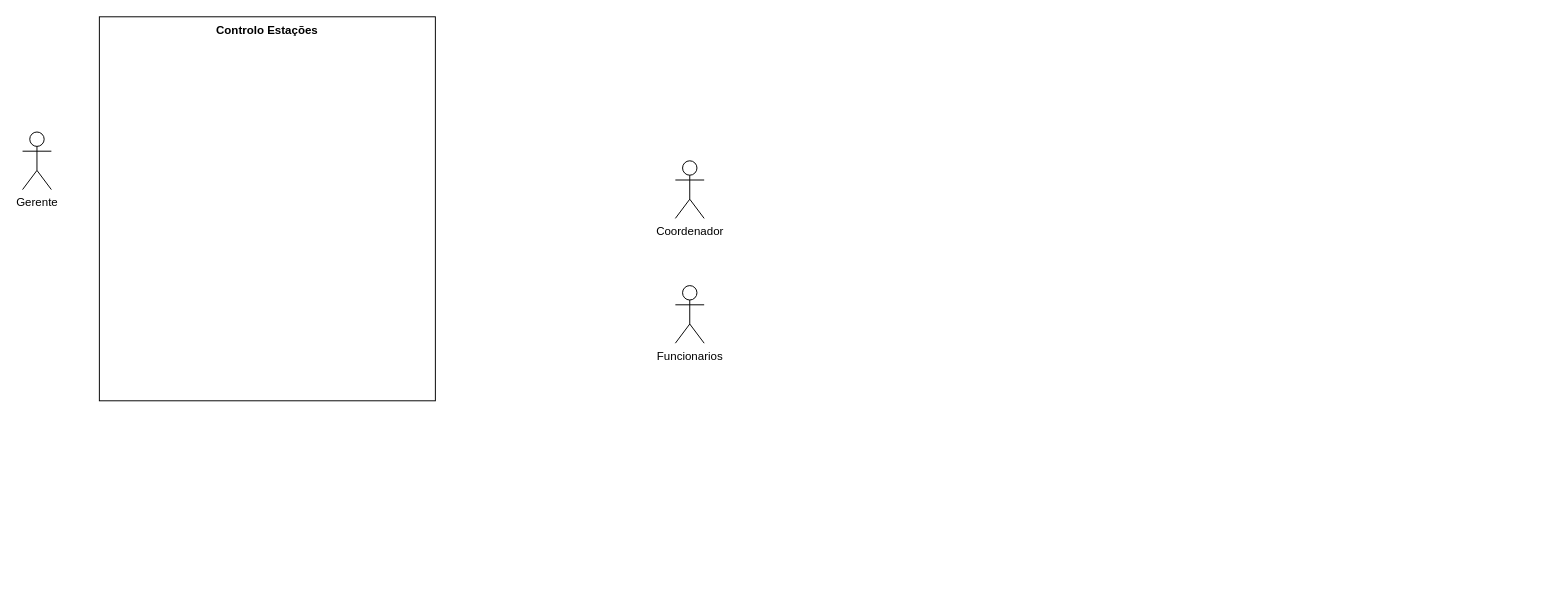
Above: page "Página-3" (3 of 3) of Diagrama sem nome.drawio in marceloassis003/Projetos_PWBI (draw.io), before the change. Source tidied: cells renumbered, new cells numbered last; positions are measured from the earlier drawing's top-left corner, leaving out a move shared by most shapes. Both pictures are drawn from the tidied source at 96%, with x=0, y=0 at pixel (22, 16).
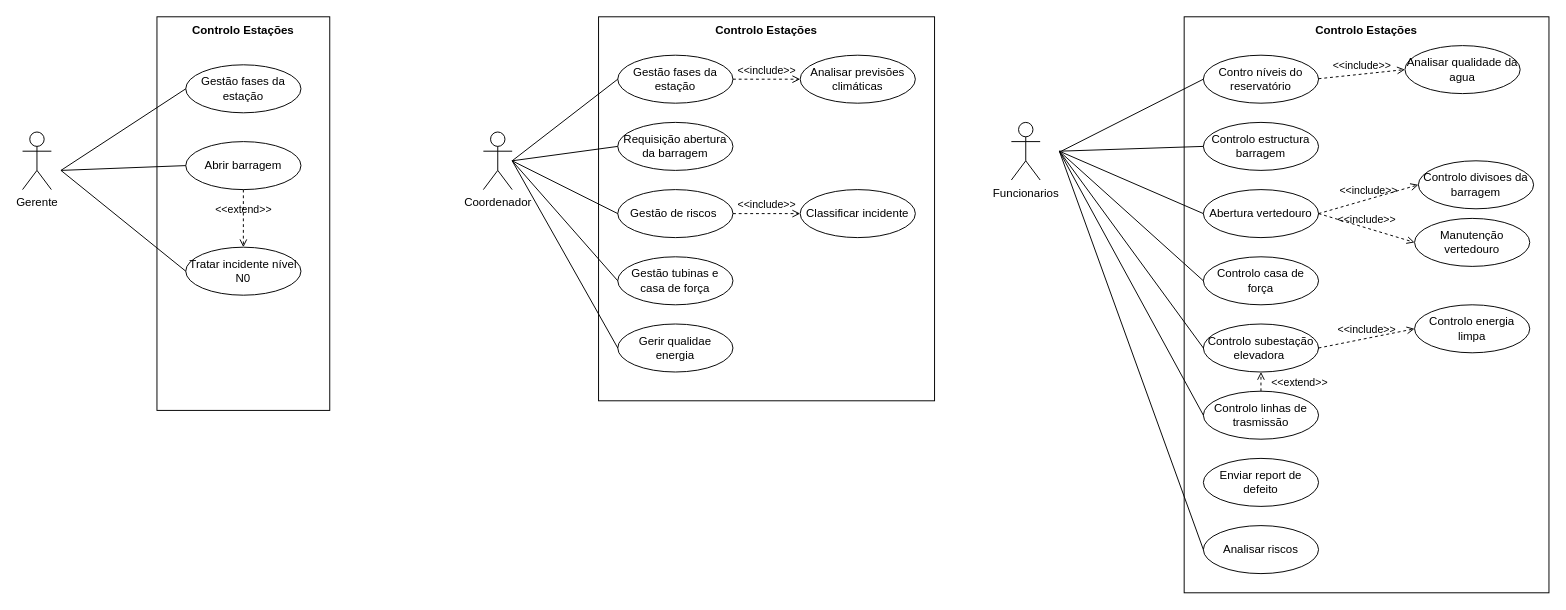
The same diagram, later.

The edit, as a diff of the source:
```diff
@@
     <mxCell id="2" value="Funcionarios" style="shape=umlActor;verticalLabelPosition=bottom;verticalAlign=top;html=1;" parent="1" vertex="1">
-      <mxGeometry x="680" y="280" width="30" height="60" as="geometry" />
+      <mxGeometry x="1030" y="110" width="30" height="60" as="geometry" />
     </mxCell>
     <mxCell id="3" value="Coordenador" style="shape=umlActor;verticalLabelPosition=bottom;verticalAlign=top;html=1;" parent="1" vertex="1">
-      <mxGeometry x="680" y="150" width="30" height="60" as="geometry" />
+      <mxGeometry x="480" y="120" width="30" height="60" as="geometry" />
     </mxCell>
@@
     <mxCell id="5" value="&lt;span&gt;Controlo Estações&lt;/span&gt;" style="rounded=0;whiteSpace=wrap;html=1;strokeColor=default;align=center;verticalAlign=top;fontFamily=Helvetica;fontSize=12;fontColor=default;fillColor=default;fontStyle=1;" parent="1" vertex="1">
-      <mxGeometry x="80" width="350" height="400" as="geometry" />
+      <mxGeometry x="140" width="180" height="410" as="geometry" />
     </mxCell>
+    <mxCell id="6" value="&lt;span&gt;Controlo Estações&lt;/span&gt;" style="rounded=0;whiteSpace=wrap;html=1;strokeColor=default;align=center;verticalAlign=top;fontFamily=Helvetica;fontSize=12;fontColor=default;fillColor=default;fontStyle=1;" parent="1" vertex="1">
+      <mxGeometry x="600" width="350" height="400" as="geometry" />
+    </mxCell>
+    <mxCell id="7" value="&lt;span&gt;Controlo Estações&lt;/span&gt;" style="rounded=0;whiteSpace=wrap;html=1;strokeColor=default;align=center;verticalAlign=top;fontFamily=Helvetica;fontSize=12;fontColor=default;fillColor=default;fontStyle=1;" parent="1" vertex="1">
+      <mxGeometry x="1210" width="380" height="600" as="geometry" />
+    </mxCell>
+    <mxCell id="8" value="Contro níveis do reservatório" style="ellipse;whiteSpace=wrap;html=1;" parent="1" vertex="1">
+      <mxGeometry x="1230" y="40" width="120" height="50" as="geometry" />
+    </mxCell>
+    <mxCell id="9" value="Controlo estructura barragem" style="ellipse;whiteSpace=wrap;html=1;" parent="1" vertex="1">
+      <mxGeometry x="1230" y="110" width="120" height="50" as="geometry" />
+    </mxCell>
+    <mxCell id="10" value="Abertura vertedouro" style="ellipse;whiteSpace=wrap;html=1;" parent="1" vertex="1">
+      <mxGeometry x="1230" y="180" width="120" height="50" as="geometry" />
+    </mxCell>
+    <mxCell id="11" value="Controlo casa de força" style="ellipse;whiteSpace=wrap;html=1;" parent="1" vertex="1">
+      <mxGeometry x="1230" y="250" width="120" height="50" as="geometry" />
+    </mxCell>
+    <mxCell id="12" value="Controlo subestação elevadora&amp;nbsp;" style="ellipse;whiteSpace=wrap;html=1;" parent="1" vertex="1">
+      <mxGeometry x="1230" y="320" width="120" height="50" as="geometry" />
+    </mxCell>
+    <mxCell id="13" value="Controlo linhas de trasmissão" style="ellipse;whiteSpace=wrap;html=1;" parent="1" vertex="1">
+      <mxGeometry x="1230" y="390" width="120" height="50" as="geometry" />
+    </mxCell>
+    <mxCell id="14" value="Enviar report de defeito" style="ellipse;whiteSpace=wrap;html=1;" parent="1" vertex="1">
+      <mxGeometry x="1230" y="460" width="120" height="50" as="geometry" />
+    </mxCell>
+    <mxCell id="15" value="Controlo energia limpa" style="ellipse;whiteSpace=wrap;html=1;" parent="1" vertex="1">
+      <mxGeometry x="1450" y="300" width="120" height="50" as="geometry" />
+    </mxCell>
+    <mxCell id="16" value="&amp;lt;&amp;lt;include&amp;gt;&amp;gt;" style="html=1;verticalAlign=bottom;labelBackgroundColor=none;endArrow=open;endFill=0;dashed=1;rounded=0;exitX=1;exitY=0.5;exitDx=0;exitDy=0;entryX=0;entryY=0.5;entryDx=0;entryDy=0;" parent="1" edge="1" source="12" target="15">
+      <mxGeometry relative="1" as="geometry" />
+    </mxCell>
+    <mxCell id="17" value="Analisar qualidade da agua" style="ellipse;whiteSpace=wrap;html=1;" parent="1" vertex="1">
+      <mxGeometry x="1440" y="30" width="120" height="50" as="geometry" />
+    </mxCell>
+    <mxCell id="18" value="&amp;lt;&amp;lt;include&amp;gt;&amp;gt;" style="html=1;verticalAlign=bottom;labelBackgroundColor=none;endArrow=open;endFill=0;dashed=1;rounded=0;entryX=0;entryY=0.5;entryDx=0;entryDy=0;" parent="1" edge="1" target="17">
+      <mxGeometry relative="1" as="geometry">
+        <mxPoint x="1350" y="64.5" as="sourcePoint" />
+      </mxGeometry>
+    </mxCell>
+    <mxCell id="19" value="Controlo divisoes da barragem" style="ellipse;whiteSpace=wrap;html=1;" parent="1" vertex="1">
+      <mxGeometry x="1454" y="150" width="120" height="50" as="geometry" />
+    </mxCell>
+    <mxCell id="20" value="&amp;lt;&amp;lt;include&amp;gt;&amp;gt;" style="html=1;verticalAlign=bottom;labelBackgroundColor=none;endArrow=open;endFill=0;dashed=1;rounded=0;exitX=1;exitY=0.5;exitDx=0;exitDy=0;entryX=0;entryY=0.5;entryDx=0;entryDy=0;" parent="1" edge="1" source="10" target="19">
+      <mxGeometry relative="1" as="geometry" />
+    </mxCell>
+    <mxCell id="21" value="Manutenção vertedouro" style="ellipse;whiteSpace=wrap;html=1;" parent="1" vertex="1">
+      <mxGeometry x="1450" y="210" width="120" height="50" as="geometry" />
+    </mxCell>
+    <mxCell id="22" value="&amp;lt;&amp;lt;include&amp;gt;&amp;gt;" style="html=1;verticalAlign=bottom;labelBackgroundColor=none;endArrow=open;endFill=0;dashed=1;rounded=0;exitX=1;exitY=0.5;exitDx=0;exitDy=0;entryX=0;entryY=0.5;entryDx=0;entryDy=0;" parent="1" edge="1" source="10" target="21">
+      <mxGeometry relative="1" as="geometry" />
+    </mxCell>
+    <mxCell id="23" value="&amp;lt;&amp;lt;extend&amp;gt;&amp;gt;" style="html=1;verticalAlign=bottom;labelBackgroundColor=none;endArrow=open;endFill=0;dashed=1;rounded=0;exitX=0.5;exitY=0;exitDx=0;exitDy=0;" parent="1" edge="1" source="13" target="12">
+      <mxGeometry x="-1" y="-40" relative="1" as="geometry" />
+    </mxCell>
+    <mxCell id="24" value="Analisar riscos" style="ellipse;whiteSpace=wrap;html=1;" parent="1" vertex="1">
+      <mxGeometry x="1230" y="530" width="120" height="50" as="geometry" />
+    </mxCell>
+    <mxCell id="25" style="endArrow=none;html=1;rounded=0;entryX=0;entryY=0.5;entryDx=0;entryDy=0;" parent="1" edge="1" target="8">
+      <mxGeometry relative="1" as="geometry">
+        <mxPoint x="1082" y="140" as="sourcePoint" />
+      </mxGeometry>
+    </mxCell>
+    <mxCell id="26" style="endArrow=none;html=1;rounded=0;entryX=0;entryY=0.5;entryDx=0;entryDy=0;" parent="1" edge="1" target="11">
+      <mxGeometry relative="1" as="geometry">
+        <mxPoint x="1080" y="140" as="sourcePoint" />
+      </mxGeometry>
+    </mxCell>
+    <mxCell id="27" style="endArrow=none;html=1;rounded=0;entryX=0;entryY=0.5;entryDx=0;entryDy=0;" parent="1" edge="1" target="12">
+      <mxGeometry relative="1" as="geometry">
+        <mxPoint x="1080" y="140" as="sourcePoint" />
+      </mxGeometry>
+    </mxCell>
+    <mxCell id="28" style="endArrow=none;html=1;rounded=0;entryX=0;entryY=0.5;entryDx=0;entryDy=0;" parent="1" edge="1" target="13">
+      <mxGeometry relative="1" as="geometry">
+        <mxPoint x="1080" y="140" as="sourcePoint" />
+      </mxGeometry>
+    </mxCell>
+    <mxCell id="29" style="endArrow=none;html=1;rounded=0;entryX=0;entryY=0.5;entryDx=0;entryDy=0;" parent="1" edge="1" target="24">
+      <mxGeometry relative="1" as="geometry">
+        <mxPoint x="1080" y="140" as="sourcePoint" />
+      </mxGeometry>
+    </mxCell>
+    <mxCell id="30" style="endArrow=none;html=1;rounded=0;entryX=0;entryY=0.5;entryDx=0;entryDy=0;" parent="1" edge="1" target="9">
+      <mxGeometry relative="1" as="geometry">
+        <mxPoint x="1080" y="140" as="sourcePoint" />
+      </mxGeometry>
+    </mxCell>
+    <mxCell id="31" style="endArrow=none;html=1;rounded=0;entryX=0;entryY=0.5;entryDx=0;entryDy=0;" parent="1" edge="1" target="10">
+      <mxGeometry relative="1" as="geometry">
+        <mxPoint x="1080" y="140" as="sourcePoint" />
+      </mxGeometry>
+    </mxCell>
+    <mxCell id="32" value="Gestão fases da estação" style="ellipse;whiteSpace=wrap;html=1;" parent="1" vertex="1">
+      <mxGeometry x="620" y="40" width="120" height="50" as="geometry" />
+    </mxCell>
+    <mxCell id="33" value="Requisição abertura da barragem" style="ellipse;whiteSpace=wrap;html=1;" parent="1" vertex="1">
+      <mxGeometry x="620" y="110" width="120" height="50" as="geometry" />
+    </mxCell>
+    <mxCell id="34" value="Gestão de riscos&amp;nbsp;" style="ellipse;whiteSpace=wrap;html=1;" parent="1" vertex="1">
+      <mxGeometry x="620" y="180" width="120" height="50" as="geometry" />
+    </mxCell>
+    <mxCell id="35" value="Gestão tubinas e casa de força" style="ellipse;whiteSpace=wrap;html=1;" parent="1" vertex="1">
+      <mxGeometry x="620" y="250" width="120" height="50" as="geometry" />
+    </mxCell>
+    <mxCell id="36" value="Gerir qualidae energia" style="ellipse;whiteSpace=wrap;html=1;" parent="1" vertex="1">
+      <mxGeometry x="620" y="320" width="120" height="50" as="geometry" />
+    </mxCell>
+    <mxCell id="37" value="Analisar previsões climáticas" style="ellipse;whiteSpace=wrap;html=1;" parent="1" vertex="1">
+      <mxGeometry x="810" y="40" width="120" height="50" as="geometry" />
+    </mxCell>
+    <mxCell id="38" value="&amp;lt;&amp;lt;include&amp;gt;&amp;gt;" style="html=1;verticalAlign=bottom;labelBackgroundColor=none;endArrow=open;endFill=0;dashed=1;rounded=0;entryX=0;entryY=0.5;entryDx=0;entryDy=0;exitX=1;exitY=0.5;exitDx=0;exitDy=0;" parent="1" edge="1" source="32" target="37">
+      <mxGeometry relative="1" as="geometry" />
+    </mxCell>
+    <mxCell id="39" value="Classificar incidente" style="ellipse;whiteSpace=wrap;html=1;" parent="1" vertex="1">
+      <mxGeometry x="810" y="180" width="120" height="50" as="geometry" />
+    </mxCell>
+    <mxCell id="40" value="&amp;lt;&amp;lt;include&amp;gt;&amp;gt;" style="html=1;verticalAlign=bottom;labelBackgroundColor=none;endArrow=open;endFill=0;dashed=1;rounded=0;entryX=0;entryY=0.5;entryDx=0;entryDy=0;exitX=1;exitY=0.5;exitDx=0;exitDy=0;" parent="1" edge="1" source="34" target="39">
+      <mxGeometry relative="1" as="geometry" />
+    </mxCell>
+    <mxCell id="41" style="endArrow=none;html=1;rounded=0;entryX=0;entryY=0.5;entryDx=0;entryDy=0;" parent="1" edge="1" target="32">
+      <mxGeometry relative="1" as="geometry">
+        <mxPoint x="510" y="150" as="sourcePoint" />
+      </mxGeometry>
+    </mxCell>
+    <mxCell id="42" style="endArrow=none;html=1;rounded=0;entryX=0;entryY=0.5;entryDx=0;entryDy=0;" parent="1" edge="1" target="33">
+      <mxGeometry relative="1" as="geometry">
+        <mxPoint x="510" y="150" as="sourcePoint" />
+      </mxGeometry>
+    </mxCell>
+    <mxCell id="43" style="endArrow=none;html=1;rounded=0;entryX=0;entryY=0.5;entryDx=0;entryDy=0;" parent="1" edge="1" target="34">
+      <mxGeometry relative="1" as="geometry">
+        <mxPoint x="510" y="150" as="sourcePoint" />
+      </mxGeometry>
+    </mxCell>
+    <mxCell id="44" style="endArrow=none;html=1;rounded=0;entryX=0;entryY=0.5;entryDx=0;entryDy=0;" parent="1" edge="1" target="35">
+      <mxGeometry relative="1" as="geometry">
+        <mxPoint x="510" y="150" as="sourcePoint" />
+      </mxGeometry>
+    </mxCell>
+    <mxCell id="45" style="endArrow=none;html=1;rounded=0;entryX=0;entryY=0.5;entryDx=0;entryDy=0;" parent="1" edge="1" target="36">
+      <mxGeometry relative="1" as="geometry">
+        <mxPoint x="510" y="150" as="sourcePoint" />
+      </mxGeometry>
+    </mxCell>
+    <mxCell id="46" value="Gestão fases da estação" style="ellipse;whiteSpace=wrap;html=1;" parent="1" vertex="1">
+      <mxGeometry x="170" y="50" width="120" height="50" as="geometry" />
+    </mxCell>
+    <mxCell id="47" value="Abrir barragem" style="ellipse;whiteSpace=wrap;html=1;" parent="1" vertex="1">
+      <mxGeometry x="170" y="130" width="120" height="50" as="geometry" />
+    </mxCell>
+    <mxCell id="48" value="Tratar incidente nível N0" style="ellipse;whiteSpace=wrap;html=1;" parent="1" vertex="1">
+      <mxGeometry x="170" y="240" width="120" height="50" as="geometry" />
+    </mxCell>
+    <mxCell id="49" value="&amp;lt;&amp;lt;extend&amp;gt;&amp;gt;" style="html=1;verticalAlign=bottom;labelBackgroundColor=none;endArrow=open;endFill=0;dashed=1;rounded=0;entryX=0.5;entryY=0;entryDx=0;entryDy=0;exitX=0.5;exitY=1;exitDx=0;exitDy=0;" parent="1" edge="1" source="47" target="48">
+      <mxGeometry relative="1" as="geometry" />
+    </mxCell>
+    <mxCell id="50" style="endArrow=none;html=1;rounded=0;entryX=0;entryY=0.5;entryDx=0;entryDy=0;" parent="1" edge="1" target="46">
+      <mxGeometry relative="1" as="geometry">
+        <mxPoint x="40" y="160" as="sourcePoint" />
+      </mxGeometry>
+    </mxCell>
+    <mxCell id="51" style="endArrow=none;html=1;rounded=0;entryX=0;entryY=0.5;entryDx=0;entryDy=0;" parent="1" edge="1" target="47">
+      <mxGeometry relative="1" as="geometry">
+        <mxPoint x="40" y="160" as="sourcePoint" />
+      </mxGeometry>
+    </mxCell>
+    <mxCell id="52" style="endArrow=none;html=1;rounded=0;entryX=0;entryY=0.5;entryDx=0;entryDy=0;" parent="1" edge="1" target="48">
+      <mxGeometry relative="1" as="geometry">
+        <mxPoint x="40" y="160" as="sourcePoint" />
+      </mxGeometry>
+    </mxCell>
```
